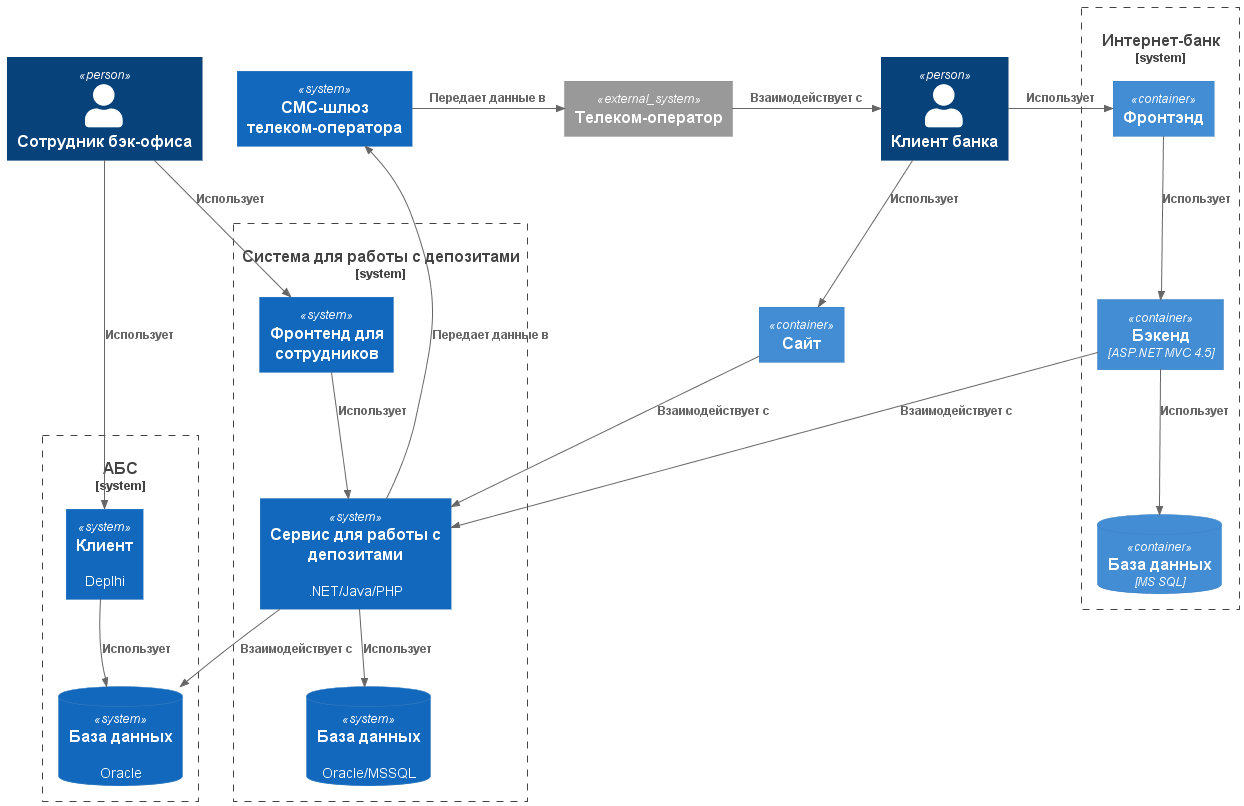
Above: Task3/Containers.png in vsevolod-nikitin/yandex-practicum-architecture-pro-standart (PlantUML), before the change.
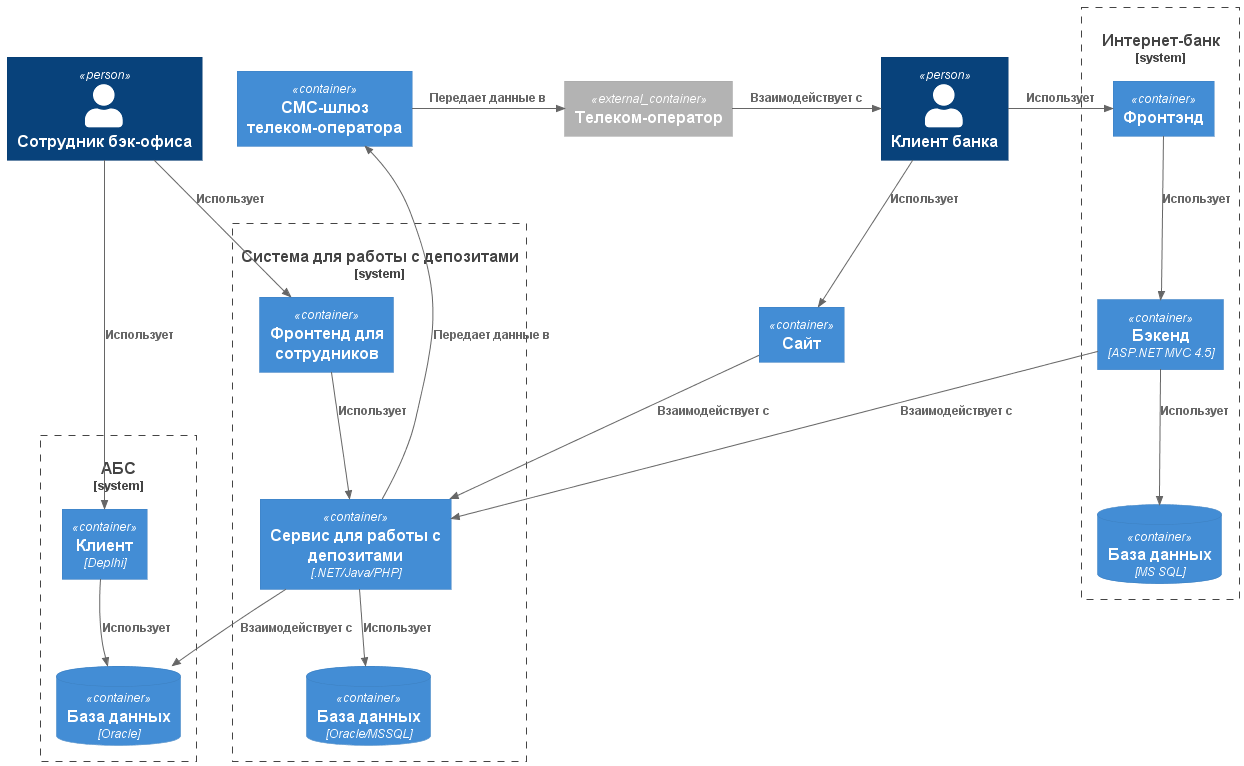
After the change.

The edit, as a diff of the source:
```diff
@@ -13,19 +13,19 @@
 }
 
 System_Boundary(absSystem, "АБС"){
-    System(abs, "Клиент", "Deplhi")
-    SystemDb(absDb, "База данных", "Oracle")
+    Container(abs, "Клиент", "Deplhi")
+    ContainerDb(absDb, "База данных", "Oracle")
 }
 
 System_Boundary(depositSystem, "Система для работы с депозитами"){
-    System(depositServiceFrontend, "Фронтенд для сотрудников")
-    System(depositService, "Сервис для работы с депозитами", ".NET/Java/PHP")
-    SystemDb(depositServiceDb, "База данных", "Oracle/MSSQL")
+    Container(depositServiceFrontend, "Фронтенд для сотрудников")
+    Container(depositService, "Сервис для работы с депозитами", ".NET/Java/PHP")
+    ContainerDb(depositServiceDb, "База данных", "Oracle/MSSQL")
 }
 
-System(smsGateway, "СМС-шлюз телеком-оператора")
+Container(smsGateway, "СМС-шлюз телеком-оператора")
 
-System_Ext(telecomOperator, "Телеком-оператор")
+Container_Ext(telecomOperator, "Телеком-оператор")
 
 Rel(client, internetBankFrontend, "Использует")
 Rel(client, website, "Использует")
```
